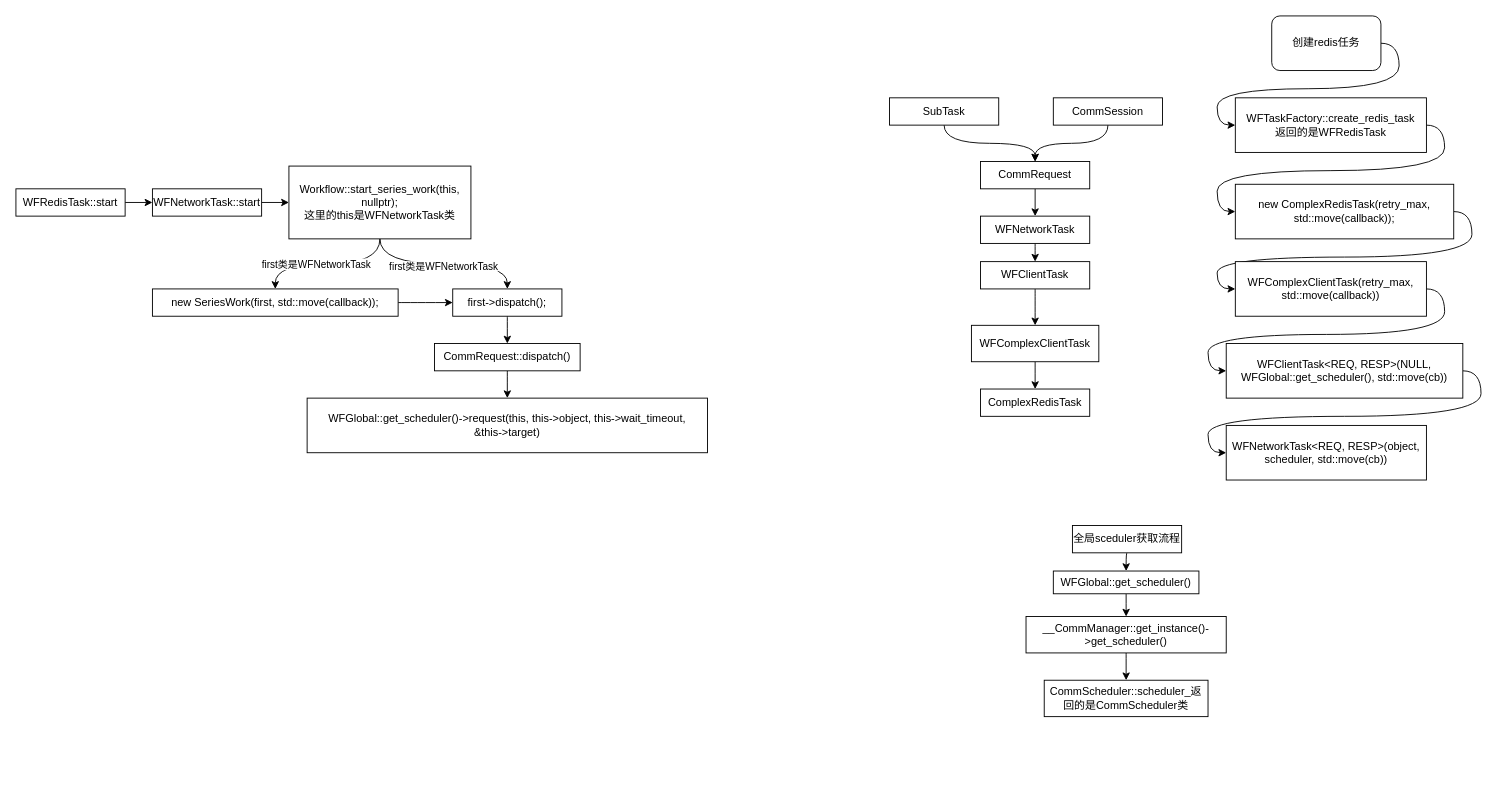
Before: workflow.drawio in beijingqiuchang/drawio, a draw.io diagram. Source tidied: cells renumbered, new cells numbered last; positions are measured from the earlier drawing's top-left corner, leaving out a move shared by most shapes. Both pictures are drawn from the tidied source at 91%, with x=0, y=0 at pixel (15, 15).
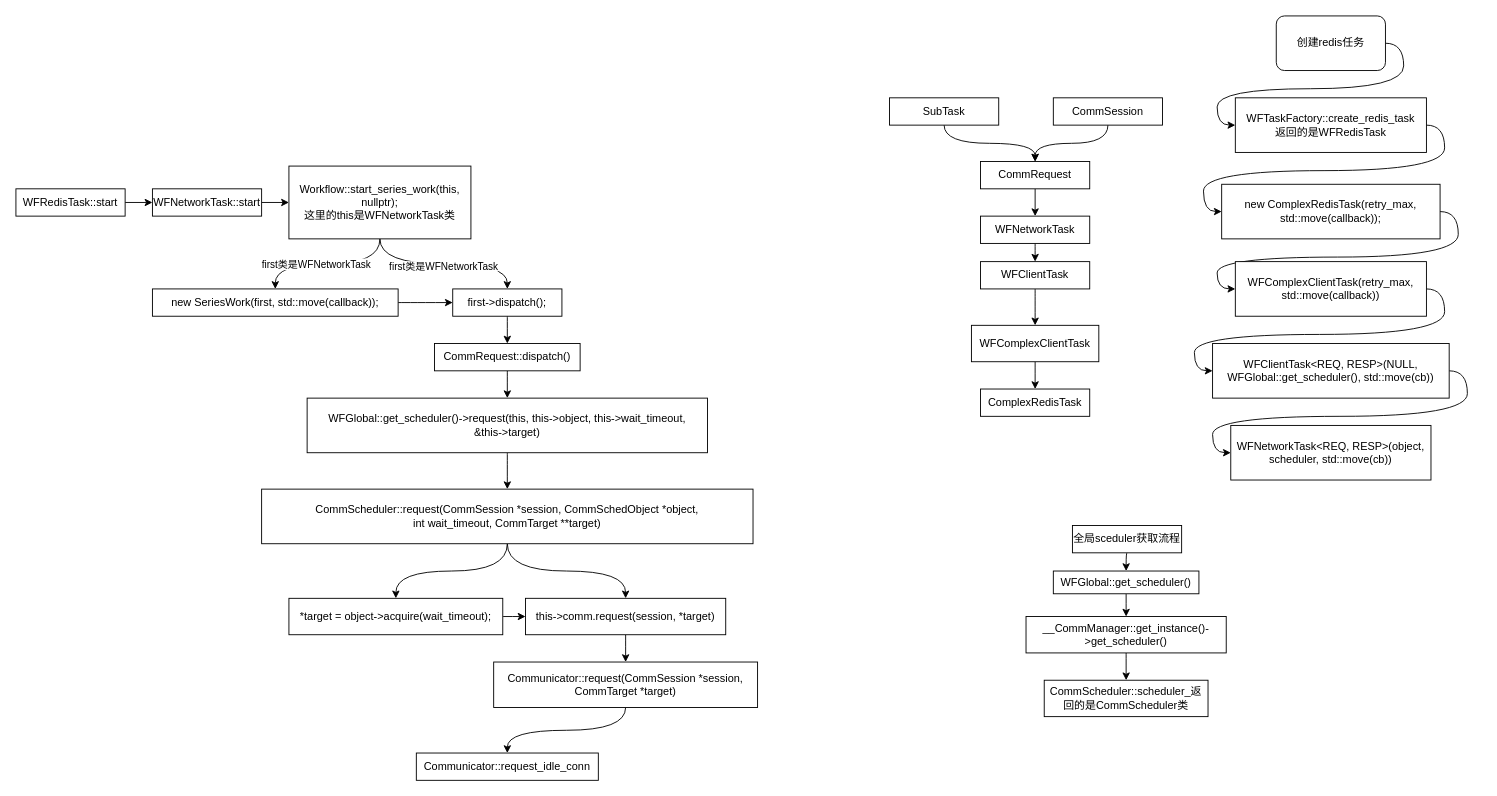
After the change.

Unchanged cells that the change refers to:
```xml
<mxCell id="39" value="&lt;span&gt;WFGlobal::get_scheduler()-&amp;gt;request(&lt;/span&gt;&lt;span&gt;this, this-&amp;gt;object, this-&amp;gt;wait_timeout,&lt;br&gt;&lt;/span&gt;&lt;span&gt;        &lt;/span&gt;&lt;span&gt; &amp;amp;this-&amp;gt;target&lt;/span&gt;&lt;span&gt;)&lt;/span&gt;" style="rounded=0;whiteSpace=wrap;html=1;" parent="1" vertex="1">
  <mxGeometry x="320" y="420" width="440" height="60" as="geometry" />
</mxCell>
```

Change to the diagram source:
```diff
@@
     <mxCell id="33" value="new ComplexRedisTask(retry_max, std::move(callback));" style="rounded=0;whiteSpace=wrap;html=1;" parent="1" vertex="1">
-      <mxGeometry x="1340" y="185" width="240" height="60" as="geometry" />
+      <mxGeometry x="1325" y="185" width="240" height="60" as="geometry" />
     </mxCell>
@@
     <mxCell id="37" value="WFClientTask&amp;lt;REQ, RESP&amp;gt;(NULL, WFGlobal::get_scheduler(), std::move(cb))" style="rounded=0;whiteSpace=wrap;html=1;" parent="1" vertex="1">
-      <mxGeometry x="1330" y="360" width="260" height="60" as="geometry" />
+      <mxGeometry x="1315" y="360" width="260" height="60" as="geometry" />
     </mxCell>
     <mxCell id="38" value="WFNetworkTask&amp;lt;REQ, RESP&amp;gt;(object, scheduler, std::move(cb))" style="rounded=0;whiteSpace=wrap;html=1;" parent="1" vertex="1">
-      <mxGeometry x="1330" y="450" width="220" height="60" as="geometry" />
+      <mxGeometry x="1335" y="450" width="220" height="60" as="geometry" />
     </mxCell>
+    <mxCell id="49" style="edgeStyle=orthogonalEdgeStyle;curved=1;rounded=0;jettySize=auto;html=1;exitX=0.5;exitY=1;exitDx=0;exitDy=0;" parent="1" edge="1" source="39" target="52">
+      <mxGeometry relative="1" as="geometry" />
+    </mxCell>
@@
     <mxCell id="41" value="创建redis任务" style="rounded=1;whiteSpace=wrap;html=1;" parent="1" vertex="1">
-      <mxGeometry x="1380" width="120" height="60" as="geometry" />
+      <mxGeometry x="1385" width="120" height="60" as="geometry" />
     </mxCell>
@@
+    <mxCell id="50" style="edgeStyle=orthogonalEdgeStyle;curved=1;rounded=0;jettySize=auto;html=1;exitX=0.5;exitY=1;exitDx=0;exitDy=0;" parent="1" edge="1" source="52" target="54">
+      <mxGeometry relative="1" as="geometry" />
+    </mxCell>
+    <mxCell id="51" style="edgeStyle=orthogonalEdgeStyle;curved=1;rounded=0;jettySize=auto;html=1;exitX=0.5;exitY=1;exitDx=0;exitDy=0;entryX=0.5;entryY=0;entryDx=0;entryDy=0;" parent="1" edge="1" source="52" target="56">
+      <mxGeometry relative="1" as="geometry" />
+    </mxCell>
+    <mxCell id="52" value="CommScheduler::&lt;span&gt;request(CommSession *session, CommSchedObject *object,&lt;/span&gt;&lt;div&gt;&lt;span&gt;    &lt;/span&gt;int wait_timeout, CommTarget **target)&lt;/div&gt;" style="rounded=0;whiteSpace=wrap;html=1;" parent="1" vertex="1">
+      <mxGeometry x="270" y="520" width="540" height="60" as="geometry" />
+    </mxCell>
+    <mxCell id="53" style="edgeStyle=orthogonalEdgeStyle;curved=1;rounded=0;jettySize=auto;html=1;exitX=1;exitY=0.5;exitDx=0;exitDy=0;entryX=0;entryY=0.5;entryDx=0;entryDy=0;" parent="1" edge="1" source="54" target="56">
+      <mxGeometry relative="1" as="geometry" />
+    </mxCell>
+    <mxCell id="54" value="*target = object-&amp;gt;acquire(wait_timeout);" style="rounded=0;whiteSpace=wrap;html=1;" parent="1" vertex="1">
+      <mxGeometry x="300" y="640" width="235" height="40" as="geometry" />
+    </mxCell>
+    <mxCell id="55" style="edgeStyle=orthogonalEdgeStyle;curved=1;rounded=0;jettySize=auto;html=1;exitX=0.5;exitY=1;exitDx=0;exitDy=0;entryX=0.5;entryY=0;entryDx=0;entryDy=0;" parent="1" edge="1" source="56" target="58">
+      <mxGeometry relative="1" as="geometry" />
+    </mxCell>
+    <mxCell id="56" value="this-&amp;gt;comm.request(session, *target)" style="rounded=0;whiteSpace=wrap;html=1;" parent="1" vertex="1">
+      <mxGeometry x="560" y="640" width="220" height="40" as="geometry" />
+    </mxCell>
+    <mxCell id="57" style="edgeStyle=orthogonalEdgeStyle;curved=1;rounded=0;jettySize=auto;html=1;exitX=0.5;exitY=1;exitDx=0;exitDy=0;entryX=0.5;entryY=0;entryDx=0;entryDy=0;" parent="1" edge="1" source="58" target="59">
+      <mxGeometry relative="1" as="geometry" />
+    </mxCell>
+    <mxCell id="58" value="Communicator::request(CommSession *session, CommTarget *target)" style="rounded=0;whiteSpace=wrap;html=1;" parent="1" vertex="1">
+      <mxGeometry x="525" y="710" width="290" height="50" as="geometry" />
+    </mxCell>
+    <mxCell id="59" value="Communicator::request_idle_conn" style="rounded=0;whiteSpace=wrap;html=1;" parent="1" vertex="1">
+      <mxGeometry x="440" y="810" width="200" height="30" as="geometry" />
+    </mxCell>
```
